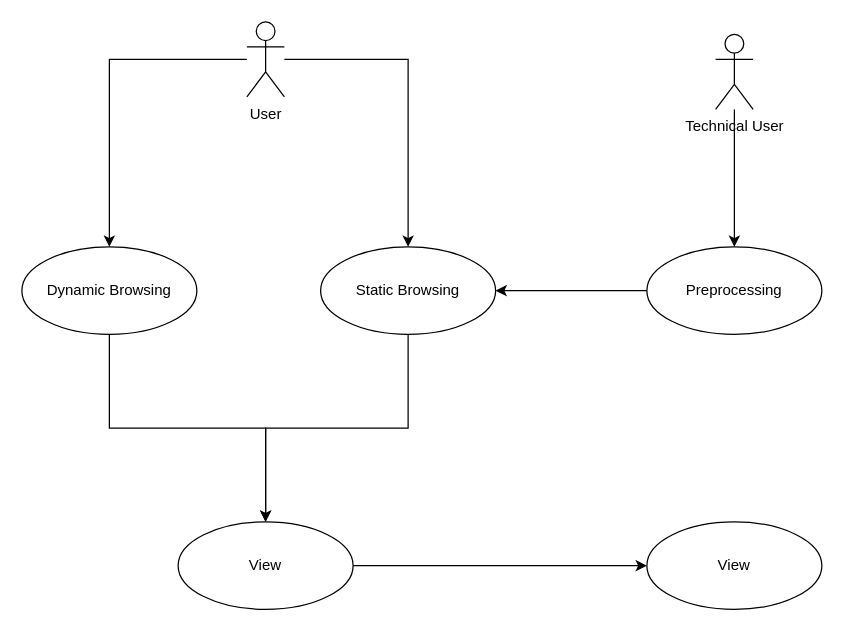
Before: img/Diagramma senza titolo.drawio in pafrance/Statistics-Contextualized, a draw.io diagram. Source tidied: cells renumbered, new cells numbered last; positions are measured from the earlier drawing's top-left corner, leaving out a move shared by most shapes. Both pictures are drawn from the tidied source at 125%, with x=0, y=0 at pixel (21, 21).
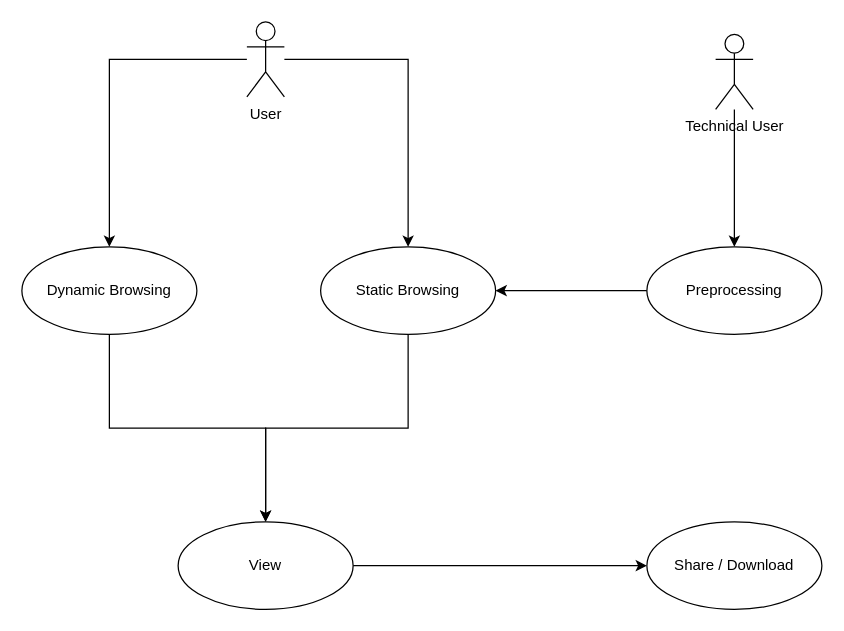
Above is the later version.

The edit, as a diff of the source:
```diff
@@
 <mxGraphModel>
   <root>
     <mxCell id="0" />
     <mxCell id="1" parent="0" />
     <mxCell id="2" style="edgeStyle=orthogonalEdgeStyle;rounded=0;jettySize=auto;html=1;entryX=0.5;entryY=0;entryDx=0;entryDy=0;" parent="1" edge="1" source="4" target="7">
       <mxGeometry relative="1" as="geometry" />
     </mxCell>
     <mxCell id="3" style="edgeStyle=orthogonalEdgeStyle;rounded=0;jettySize=auto;html=1;" parent="1" edge="1" source="4" target="12">
       <mxGeometry relative="1" as="geometry" />
     </mxCell>
     <mxCell id="4" value="&lt;div&gt;User&lt;/div&gt;&lt;div&gt;&lt;br&gt;&lt;/div&gt;" style="shape=umlActor;html=1;verticalLabelPosition=bottom;verticalAlign=top;align=center;" parent="1" vertex="1">
       <mxGeometry x="180" width="30" height="60" as="geometry" />
     </mxCell>
     <mxCell id="5" value="&lt;div&gt;Technical User&lt;/div&gt;&lt;div&gt;&lt;br&gt;&lt;/div&gt;" style="shape=umlActor;html=1;verticalLabelPosition=bottom;verticalAlign=top;align=center;" parent="1" vertex="1">
       <mxGeometry x="555" y="10" width="30" height="60" as="geometry" />
     </mxCell>
     <mxCell id="6" style="edgeStyle=orthogonalEdgeStyle;rounded=0;jettySize=auto;html=1;entryX=0.5;entryY=0;entryDx=0;entryDy=0;" parent="1" edge="1" source="7" target="14">
       <mxGeometry relative="1" as="geometry" />
     </mxCell>
     <mxCell id="7" value="Static Browsing" style="ellipse;whiteSpace=wrap;html=1;" parent="1" vertex="1">
       <mxGeometry x="239" y="180" width="140" height="70" as="geometry" />
     </mxCell>
     <mxCell id="8" style="edgeStyle=orthogonalEdgeStyle;rounded=0;jettySize=auto;html=1;entryX=1;entryY=0.5;entryDx=0;entryDy=0;" parent="1" edge="1" source="9" target="7">
       <mxGeometry relative="1" as="geometry" />
     </mxCell>
     <mxCell id="9" value="&lt;div&gt;Preprocessing&lt;/div&gt;" style="ellipse;whiteSpace=wrap;html=1;" parent="1" vertex="1">
       <mxGeometry x="500" y="180" width="140" height="70" as="geometry" />
     </mxCell>
     <mxCell id="10" style="edgeStyle=orthogonalEdgeStyle;rounded=0;jettySize=auto;html=1;" parent="1" edge="1" source="5" target="9">
       <mxGeometry relative="1" as="geometry" />
     </mxCell>
     <mxCell id="11" style="edgeStyle=orthogonalEdgeStyle;rounded=0;jettySize=auto;html=1;" parent="1" edge="1" source="12" target="14">
       <mxGeometry relative="1" as="geometry" />
     </mxCell>
     <mxCell id="12" value="&lt;div&gt;Dynamic Browsing&lt;/div&gt;" style="ellipse;whiteSpace=wrap;html=1;" parent="1" vertex="1">
       <mxGeometry y="180" width="140" height="70" as="geometry" />
     </mxCell>
     <mxCell id="13" style="edgeStyle=orthogonalEdgeStyle;rounded=0;jettySize=auto;html=1;" parent="1" edge="1" source="14" target="15">
       <mxGeometry relative="1" as="geometry" />
     </mxCell>
     <mxCell id="14" value="&lt;div&gt;View&lt;/div&gt;" style="ellipse;whiteSpace=wrap;html=1;" parent="1" vertex="1">
       <mxGeometry x="125" y="400" width="140" height="70" as="geometry" />
     </mxCell>
-    <mxCell id="15" value="&lt;div&gt;View&lt;/div&gt;" style="ellipse;whiteSpace=wrap;html=1;" parent="1" vertex="1">
+    <mxCell id="15" value="Share / Download" style="ellipse;whiteSpace=wrap;html=1;" parent="1" vertex="1">
       <mxGeometry x="500" y="400" width="140" height="70" as="geometry" />
     </mxCell>
   </root>
 </mxGraphModel>
```
